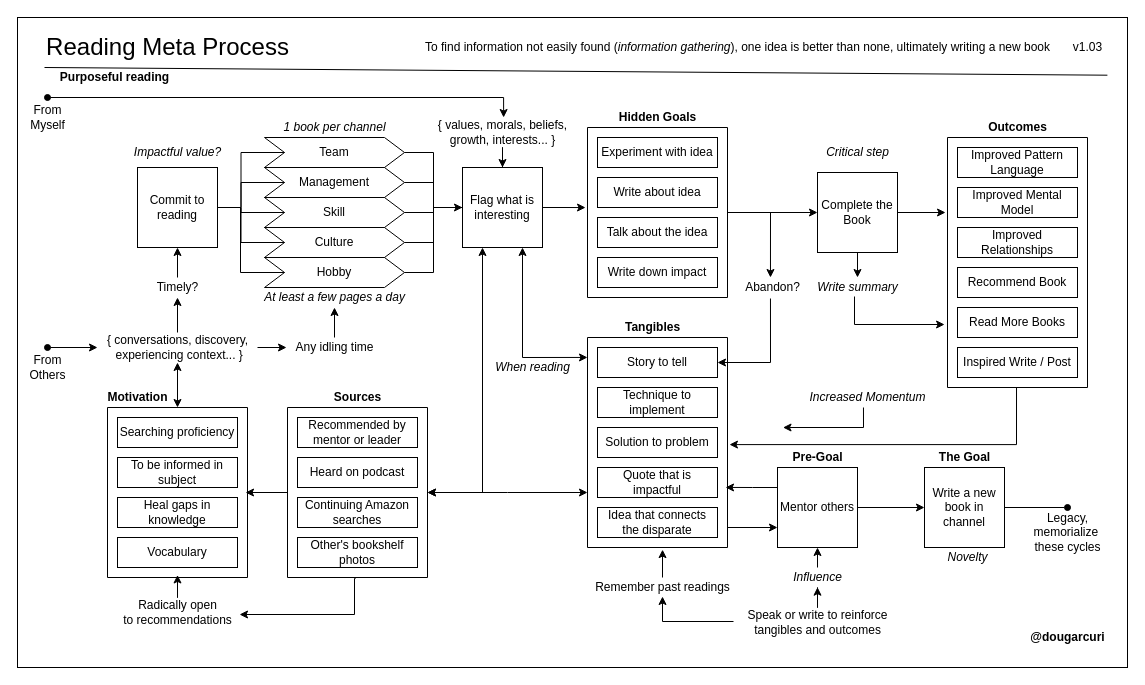
solidi/learning-notes keeps this draw.io diagram as books/diagrams/reading-process.drawio. Above is the earlier version. Source tidied: cells renumbered, new cells numbered last; positions are measured from the earlier drawing's top-left corner, leaving out a move shared by most shapes. Both pictures are drawn from the tidied source at 100%, with x=0, y=0 at pixel (17, 17).
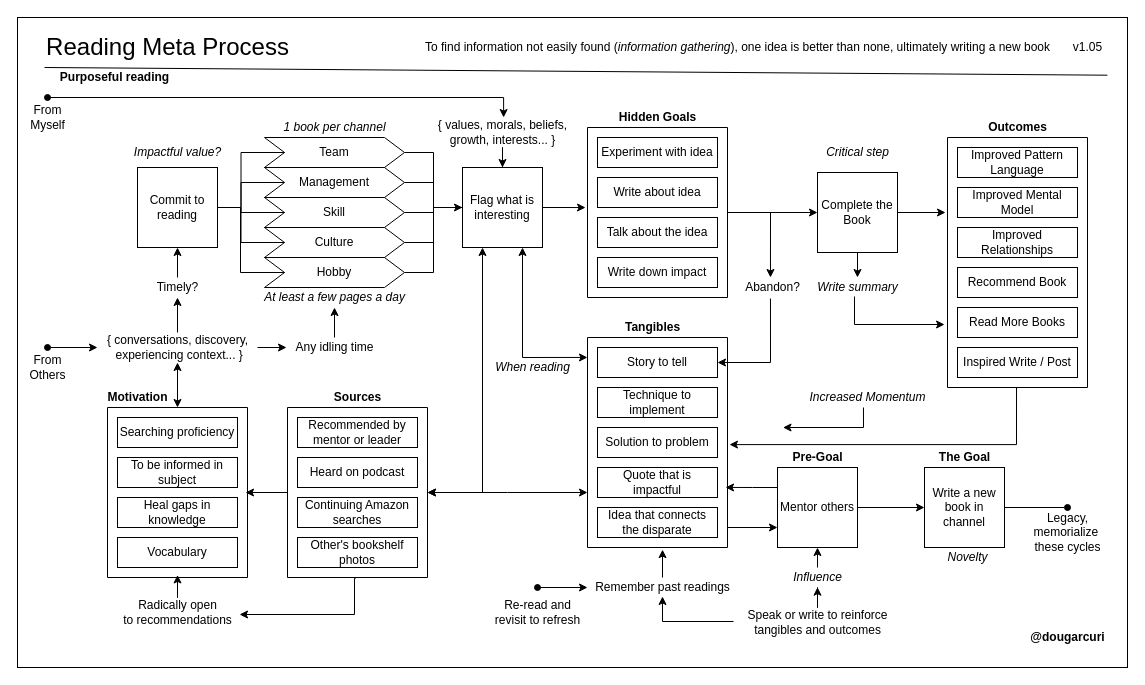
Above is the later version.

Commit message (it also covers changes not shown here):
Add re-read to refresh content to reading diagram

What changed in the source:
```diff
@@
-    <mxCell id="25" value="v1.03" style="text;html=1;align=center;verticalAlign=middle;" parent="1" vertex="1">
+    <mxCell id="25" value="v1.05" style="text;html=1;align=center;verticalAlign=middle;" parent="1" vertex="1">
       <mxGeometry x="1050" y="20" width="40" height="20" as="geometry" />
     </mxCell>
@@
+    <mxCell id="115" style="edgeStyle=orthogonalEdgeStyle;rounded=0;orthogonalLoop=1;jettySize=auto;html=1;startArrow=classic;startFill=1;endArrow=oval;endFill=1;" parent="1" edge="1">
+      <mxGeometry relative="1" as="geometry">
+        <mxPoint x="570" y="570" as="sourcePoint" />
+        <mxPoint x="520" y="570" as="targetPoint" />
+      </mxGeometry>
+    </mxCell>
+    <mxCell id="116" value="Re-read and &lt;br&gt;revisit to refresh" style="text;html=1;align=center;verticalAlign=middle;" parent="1" vertex="1">
+      <mxGeometry x="470" y="580" width="100" height="30" as="geometry" />
+    </mxCell>
```
